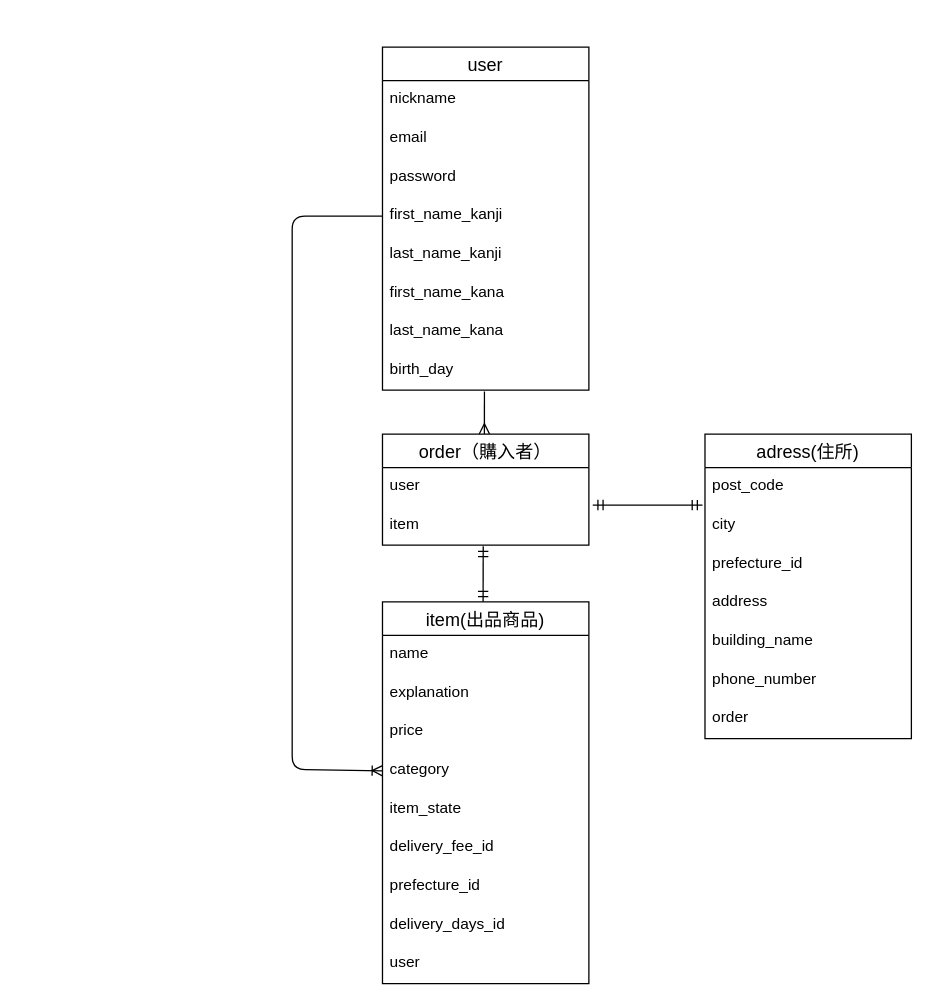
Above: app/views/layouts/furima.dio in tetsu1026/furima-33572 (draw.io), before the change. Source tidied: cells renumbered, new cells numbered last; positions are measured from the earlier drawing's top-left corner, leaving out a move shared by most shapes. Both pictures are drawn from the tidied source at 129%, with x=0, y=0 at pixel (292, 46).
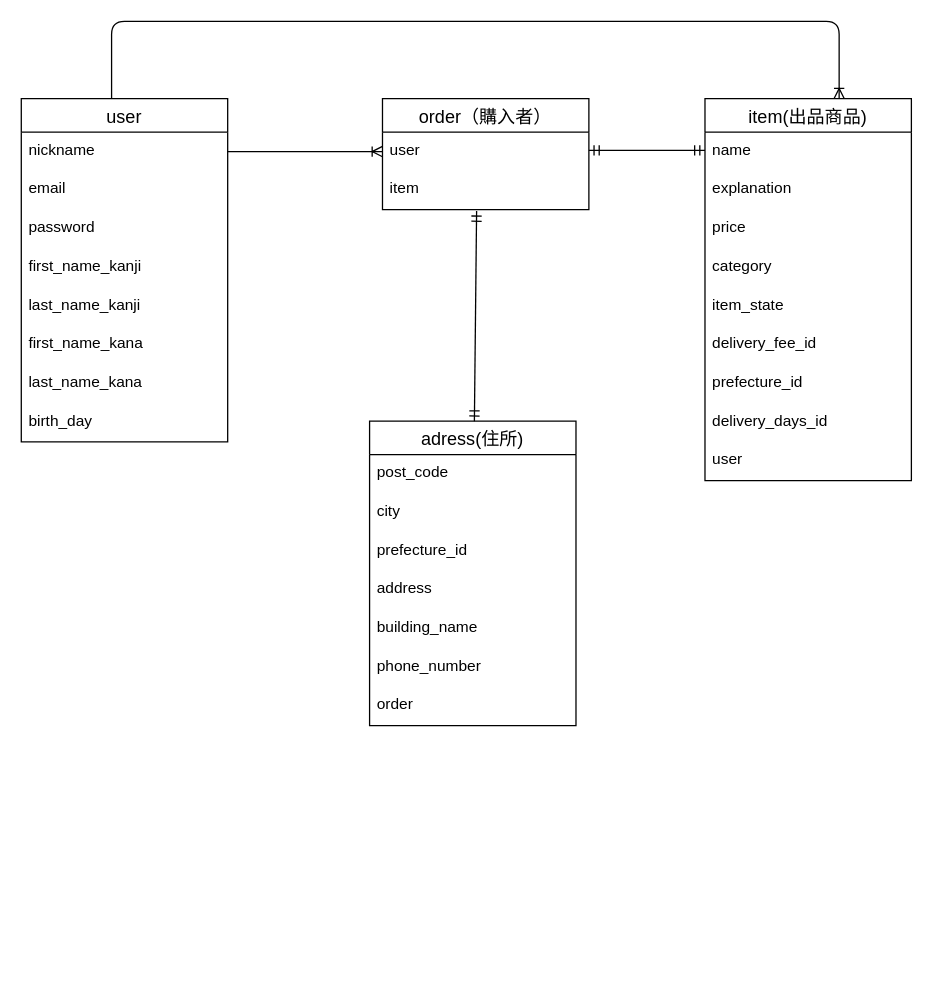
The same diagram, later.

The change refers to these unchanged cells:
```xml
<mxCell id="6" value="first_name_kanji" style="text;fillColor=none;spacingLeft=4;spacingRight=4;overflow=hidden;points=[[0,0.5],[1,0.5]];portConstraint=eastwest;fontSize=12;" parent="2" vertex="1">
  <mxGeometry y="116" width="160" height="30" as="geometry" />
</mxCell>
<mxCell id="10" value="birth_day" style="text;fillColor=none;spacingLeft=4;spacingRight=4;overflow=hidden;points=[[0,0.5],[1,0.5]];portConstraint=eastwest;fontSize=12;" parent="2" vertex="1">
  <mxGeometry y="236" width="160" height="30" as="geometry" />
</mxCell>
<mxCell id="15" value="category" style="text;strokeColor=none;fillColor=none;spacingLeft=4;spacingRight=4;overflow=hidden;points=[[0,0.5],[1,0.5]];portConstraint=eastwest;fontSize=12;" parent="11" vertex="1">
  <mxGeometry y="116" width="160" height="30" as="geometry" />
</mxCell>
<mxCell id="23" value="user" style="text;strokeColor=none;fillColor=none;spacingLeft=4;spacingRight=4;overflow=hidden;points=[[0,0.5],[1,0.5]];portConstraint=eastwest;fontSize=12;" parent="22" vertex="1">
  <mxGeometry y="26" width="160" height="30" as="geometry" />
</mxCell>
<mxCell id="24" value="item" style="text;strokeColor=none;fillColor=none;spacingLeft=4;spacingRight=4;overflow=hidden;points=[[0,0.5],[1,0.5]];portConstraint=eastwest;fontSize=12;" parent="22" vertex="1">
  <mxGeometry y="56" width="160" height="30" as="geometry" />
</mxCell>
<mxCell id="26" value="post_code" style="text;strokeColor=none;fillColor=none;spacingLeft=4;spacingRight=4;overflow=hidden;points=[[0,0.5],[1,0.5]];portConstraint=eastwest;fontSize=12;" parent="25" vertex="1">
  <mxGeometry y="26" width="160" height="30" as="geometry" />
</mxCell>
```

Change to the diagram source:
```diff
@@
     <mxCell id="2" value="user" style="swimlane;fontStyle=0;horizontal=1;startSize=26;align=center;fontSize=14;" parent="1" vertex="1">
-      <mxGeometry x="70" width="160" height="266" as="geometry" />
+      <mxGeometry x="-210" y="40" width="160" height="266" as="geometry" />
     </mxCell>
@@
     <mxCell id="11" value="item(出品商品)" style="swimlane;fontStyle=0;horizontal=1;startSize=26;align=center;fontSize=14;fillColor=none;" parent="1" vertex="1">
-      <mxGeometry x="70" y="430" width="160" height="296" as="geometry" />
+      <mxGeometry x="320" y="40" width="160" height="296" as="geometry" />
     </mxCell>
@@
-    <mxCell id="21" style="edgeStyle=none;rounded=0;jettySize=auto;html=1;endArrow=ERmany;endFill=0;exitX=0.494;exitY=1.033;exitDx=0;exitDy=0;exitPerimeter=0;" parent="1" edge="1" source="10">
-      <mxGeometry relative="1" as="geometry">
-        <mxPoint x="149" y="300" as="targetPoint" />
-      </mxGeometry>
-    </mxCell>
     <mxCell id="22" value="order（購入者）" style="swimlane;fontStyle=0;horizontal=1;startSize=26;align=center;fontSize=14;fillColor=none;" parent="1" vertex="1">
-      <mxGeometry x="70" y="300" width="160" height="86" as="geometry" />
+      <mxGeometry x="70" y="40" width="160" height="86" as="geometry" />
     </mxCell>
@@
     <mxCell id="25" value="adress(住所)" style="swimlane;fontStyle=0;horizontal=1;startSize=26;align=center;fontSize=14;fillColor=none;" parent="1" vertex="1">
-      <mxGeometry x="320" y="300" width="160" height="236" as="geometry" />
+      <mxGeometry x="60" y="290" width="160" height="236" as="geometry" />
     </mxCell>
@@
-    <mxCell id="33" style="fontSize=12;html=1;endArrow=ERoneToMany;edgeStyle=orthogonalEdgeStyle;exitX=0;exitY=0.5;exitDx=0;exitDy=0;entryX=0;entryY=0.5;entryDx=0;entryDy=0;" parent="1" edge="1" source="6" target="15">
-      <mxGeometry relative="1" as="geometry">
-        <Array as="points">
-          <mxPoint y="131" />
-          <mxPoint y="560" />
-        </Array>
-      </mxGeometry>
-    </mxCell>
-    <mxCell id="34" style="fontSize=12;html=1;endArrow=ERmandOne;startArrow=ERmandOne;entryX=0.488;entryY=1.033;entryDx=0;entryDy=0;entryPerimeter=0;" parent="1" edge="1" target="24">
-      <mxGeometry relative="1" as="geometry">
-        <mxPoint x="148" y="430" as="sourcePoint" />
-      </mxGeometry>
-    </mxCell>
-    <mxCell id="35" style="fontSize=12;html=1;endArrow=ERmandOne;startArrow=ERmandOne;entryX=-0.012;entryY=0.967;entryDx=0;entryDy=0;entryPerimeter=0;" parent="1" edge="1" target="26">
-      <mxGeometry relative="1" as="geometry">
-        <mxPoint x="233" y="355" as="sourcePoint" />
-      </mxGeometry>
-    </mxCell>
+    <mxCell id="36" style="fontSize=12;html=1;endArrow=ERmandOne;startArrow=ERmandOne;entryX=0.456;entryY=1.033;entryDx=0;entryDy=0;entryPerimeter=0;" parent="1" edge="1" source="25" target="24">
+      <mxGeometry relative="1" as="geometry" />
+    </mxCell>
+    <mxCell id="37" style="fontSize=12;html=1;endArrow=ERoneToMany;entryX=0;entryY=0.5;entryDx=0;entryDy=0;" parent="1" edge="1" target="23">
+      <mxGeometry relative="1" as="geometry">
+        <mxPoint x="-50" y="81" as="sourcePoint" />
+      </mxGeometry>
+    </mxCell>
+    <mxCell id="38" style="fontSize=12;html=1;endArrow=ERmandOne;startArrow=ERmandOne;" parent="1" edge="1">
+      <mxGeometry relative="1" as="geometry">
+        <mxPoint x="230" y="80" as="sourcePoint" />
+        <mxPoint x="320" y="80" as="targetPoint" />
+      </mxGeometry>
+    </mxCell>
+    <mxCell id="39" style="fontSize=12;html=1;endArrow=ERoneToMany;edgeStyle=orthogonalEdgeStyle;" parent="1" edge="1" target="11">
+      <mxGeometry relative="1" as="geometry">
+        <mxPoint x="-140" y="40" as="sourcePoint" />
+        <Array as="points">
+          <mxPoint x="-140" y="-20" />
+          <mxPoint x="424" y="-20" />
+        </Array>
+      </mxGeometry>
+    </mxCell>
```
